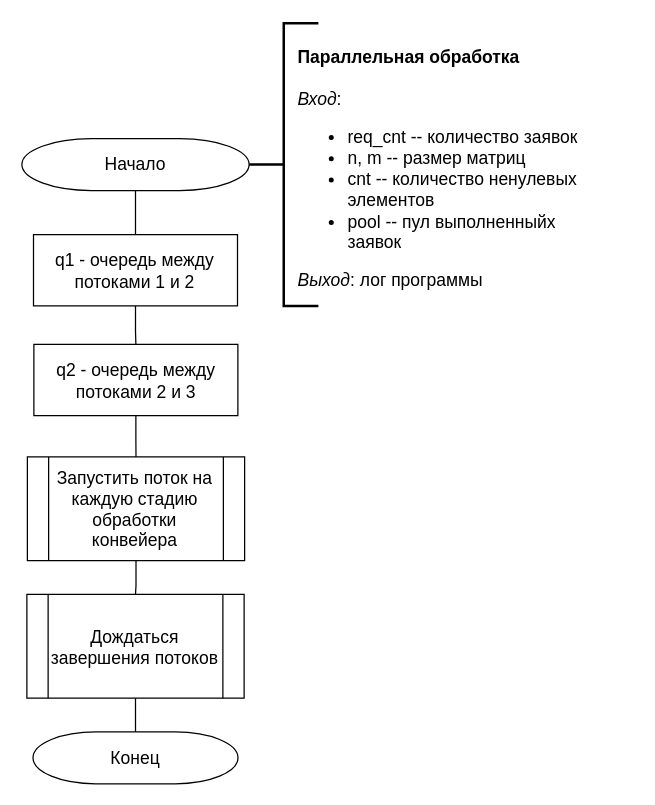
This is page "parallel" (4 of 7) of lab_05/report/schemes/algorithms.drawio from mshsvnv/AlgorithmAnalysis, a draw.io file, before an edit. Source tidied: cells renumbered, new cells numbered last; positions are measured from the earlier drawing's top-left corner, leaving out a move shared by most shapes. Both pictures are drawn from the tidied source at 125%, with x=0, y=0 at pixel (21, 22).
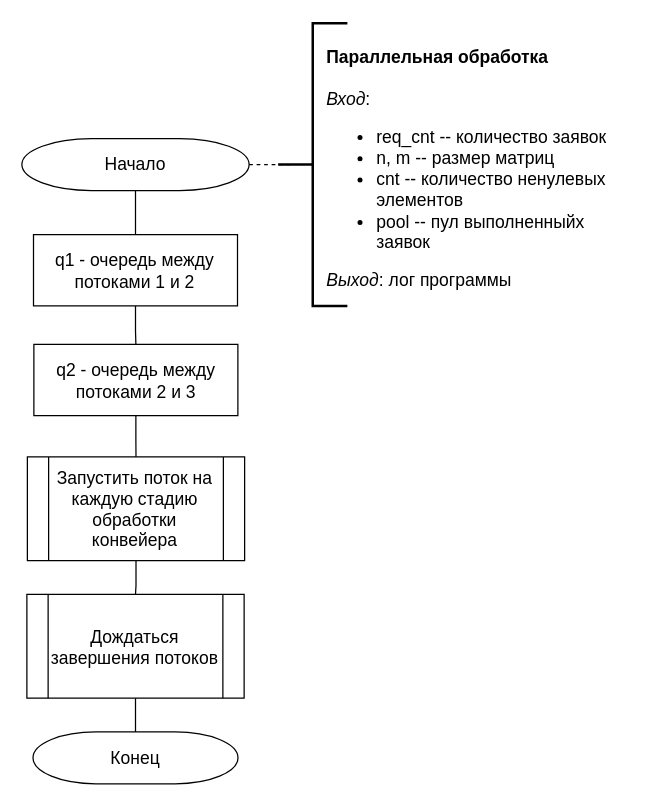
After the change.

The edit, as a diff of the source:
```diff
@@
 <mxGraphModel>
   <root>
     <mxCell id="0" />
     <mxCell id="1" parent="0" />
     <mxCell id="2" style="group;" parent="1" vertex="1">
       <mxGeometry width="466.2" height="608.5" as="geometry" />
     </mxCell>
     <mxCell id="3" style="strokeWidth=2;html=1;shape=mxgraph.flowchart.annotation_2;align=left;labelPosition=right;hachureGap=4;fontFamily=Architects Daughter;fontSize=14;" parent="2" vertex="1">
-      <mxGeometry x="181.8" width="55.4" height="226.2" as="geometry" />
+      <mxGeometry x="205" width="55.4" height="226.2" as="geometry" />
     </mxCell>
     <mxCell id="4" value="&lt;br style=&quot;font-size: 14px;&quot;&gt;&lt;b style=&quot;font-size: 14px;&quot;&gt;Параллельная обработка&lt;br style=&quot;font-size: 14px;&quot;&gt;&amp;nbsp;&lt;/b&gt;&lt;br style=&quot;font-size: 14px;&quot;&gt;&lt;i style=&quot;font-size: 14px;&quot;&gt;Вход&lt;/i&gt;:&amp;nbsp;&lt;br&gt;&lt;ul&gt;&lt;li&gt;req_cnt -- количество заявок&lt;/li&gt;&lt;li&gt;n, m -- размер матриц&lt;/li&gt;&lt;li&gt;cnt -- количество ненулевых элементов&lt;/li&gt;&lt;li&gt;pool -- пул выполненныйх заявок&lt;/li&gt;&lt;/ul&gt;&lt;div&gt;&lt;i&gt;Выход&lt;/i&gt;: лог программы&lt;/div&gt;" style="text;html=1;strokeColor=none;fillColor=none;align=left;verticalAlign=middle;whiteSpace=wrap;rounded=0;fontSize=14;" parent="2" vertex="1">
-      <mxGeometry x="219" y="93.1" width="247.2" height="30" as="geometry" />
+      <mxGeometry x="242.2" y="93.1" width="247.2" height="30" as="geometry" />
     </mxCell>
     <mxCell id="5" value="&lt;font style=&quot;font-size: 14px;&quot;&gt;Начало&lt;/font&gt;" style="strokeWidth=1;html=1;shape=mxgraph.flowchart.terminator;whiteSpace=wrap;fontSize=14;" parent="2" vertex="1">
       <mxGeometry y="92.4" width="181.8" height="41.5" as="geometry" />
     </mxCell>
     <mxCell id="6" value="Запустить поток на каждую стадию обработки конвейера" style="shape=process;whiteSpace=wrap;html=1;backgroundOutline=1;fontSize=14;" parent="2" vertex="1">
       <mxGeometry x="4.4" y="347" width="173.8" height="83" as="geometry" />
     </mxCell>
     <mxCell id="7" value="Дождаться завершения потоков" style="shape=process;whiteSpace=wrap;html=1;backgroundOutline=1;fontSize=14;" parent="2" vertex="1">
       <mxGeometry x="4" y="457" width="173.8" height="83" as="geometry" />
     </mxCell>
     <mxCell id="8" style="edgeStyle=orthogonalEdgeStyle;shape=connector;rounded=0;jettySize=auto;html=1;labelBackgroundColor=default;strokeColor=default;align=center;verticalAlign=middle;fontFamily=Helvetica;fontSize=11;fontColor=default;endArrow=none;endFill=0;" parent="2" edge="1" source="6" target="7">
       <mxGeometry relative="1" as="geometry" />
     </mxCell>
     <mxCell id="9" value="&lt;span style=&quot;font-size: 14px;&quot;&gt;Конец&lt;/span&gt;" style="strokeWidth=1;html=1;shape=mxgraph.flowchart.terminator;whiteSpace=wrap;" parent="2" vertex="1">
       <mxGeometry x="8.9" y="567" width="164" height="41.5" as="geometry" />
     </mxCell>
     <mxCell id="10" style="edgeStyle=orthogonalEdgeStyle;shape=connector;rounded=0;jettySize=auto;html=1;labelBackgroundColor=default;strokeColor=default;align=center;verticalAlign=middle;fontFamily=Helvetica;fontSize=11;fontColor=default;endArrow=none;endFill=0;" parent="2" edge="1" source="7" target="9">
       <mxGeometry relative="1" as="geometry" />
     </mxCell>
     <mxCell id="11" value="q1 - очередь между потоками 1 и 2" style="rounded=0;whiteSpace=wrap;html=1;absoluteArcSize=1;arcSize=14;strokeWidth=1;fontSize=14;" parent="2" vertex="1">
       <mxGeometry x="9.3" y="169.2" width="163.2" height="57" as="geometry" />
     </mxCell>
     <mxCell id="12" style="edgeStyle=orthogonalEdgeStyle;shape=connector;rounded=0;jettySize=auto;html=1;exitX=0.5;exitY=1;exitDx=0;exitDy=0;exitPerimeter=0;entryX=0.5;entryY=0;entryDx=0;entryDy=0;labelBackgroundColor=default;strokeColor=default;align=center;verticalAlign=middle;fontFamily=Helvetica;fontSize=11;fontColor=default;endArrow=none;endFill=0;" parent="2" edge="1" source="5" target="11">
       <mxGeometry relative="1" as="geometry" />
     </mxCell>
     <mxCell id="13" style="edgeStyle=orthogonalEdgeStyle;shape=connector;rounded=0;jettySize=auto;html=1;labelBackgroundColor=default;strokeColor=default;align=center;verticalAlign=middle;fontFamily=Helvetica;fontSize=11;fontColor=default;endArrow=none;endFill=0;" parent="2" edge="1" source="14" target="6">
       <mxGeometry relative="1" as="geometry" />
     </mxCell>
     <mxCell id="14" value="q2 - очередь между потоками 2 и 3" style="rounded=0;whiteSpace=wrap;html=1;absoluteArcSize=1;arcSize=14;strokeWidth=1;fontSize=14;" parent="2" vertex="1">
       <mxGeometry x="9.6" y="257" width="163.2" height="57" as="geometry" />
     </mxCell>
     <mxCell id="15" style="edgeStyle=orthogonalEdgeStyle;shape=connector;rounded=0;jettySize=auto;html=1;entryX=0.5;entryY=0;entryDx=0;entryDy=0;labelBackgroundColor=default;strokeColor=default;align=center;verticalAlign=middle;fontFamily=Helvetica;fontSize=11;fontColor=default;endArrow=none;endFill=0;" parent="2" edge="1" source="11" target="14">
       <mxGeometry relative="1" as="geometry" />
     </mxCell>
+    <mxCell id="16" style="edgeStyle=orthogonalEdgeStyle;rounded=0;jettySize=auto;html=1;exitX=1;exitY=0.5;exitDx=0;exitDy=0;exitPerimeter=0;entryX=0.167;entryY=0.486;entryDx=0;entryDy=0;entryPerimeter=0;endArrow=none;endFill=0;dashed=1;" parent="2" edge="1" source="5" target="3">
+      <mxGeometry relative="1" as="geometry" />
+    </mxCell>
   </root>
 </mxGraphModel>
```
